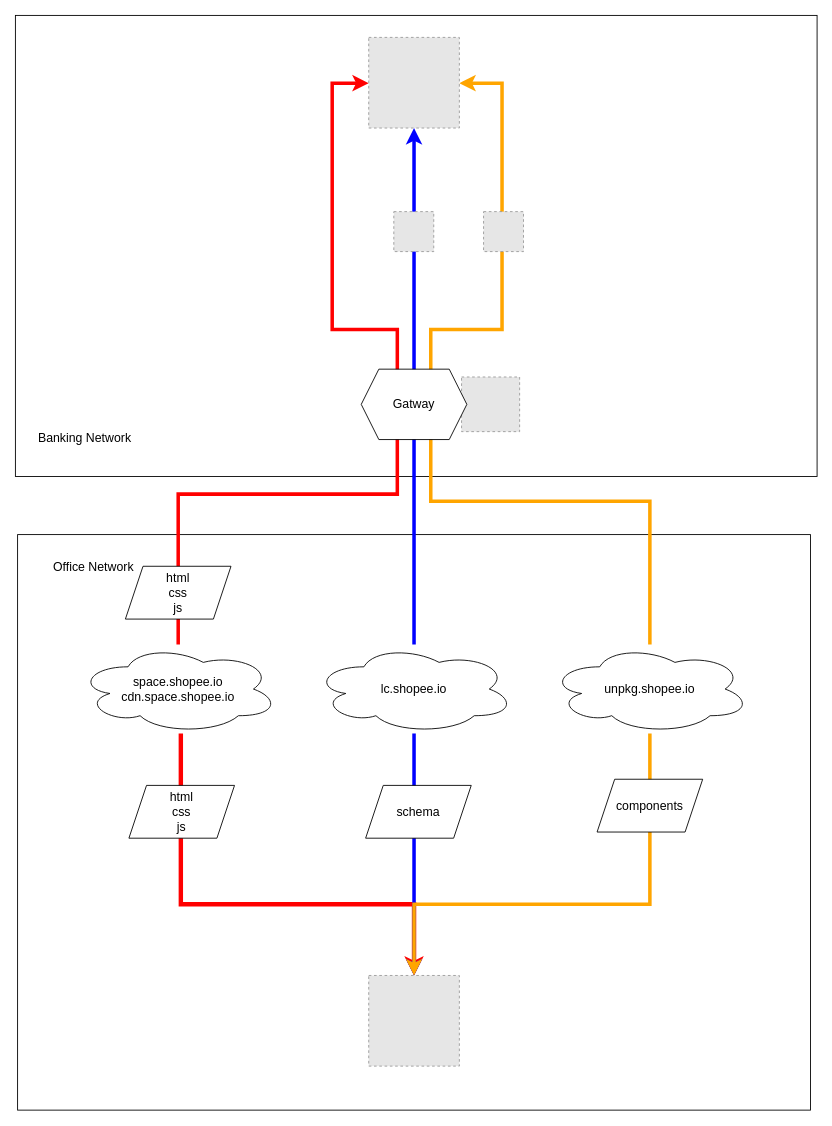
Zsynuting/diagram keeps this draw.io diagram as 隔离环境.drawio. Above is the earlier version. Source tidied: cells renumbered, new cells numbered last; positions are measured from the earlier drawing's top-left corner, leaving out a move shared by most shapes. Both pictures are drawn from the tidied source at 88%, with x=0, y=0 at pixel (15, 15). Pictures stored in the file or linked from it are replaced by grey dashed boxes.
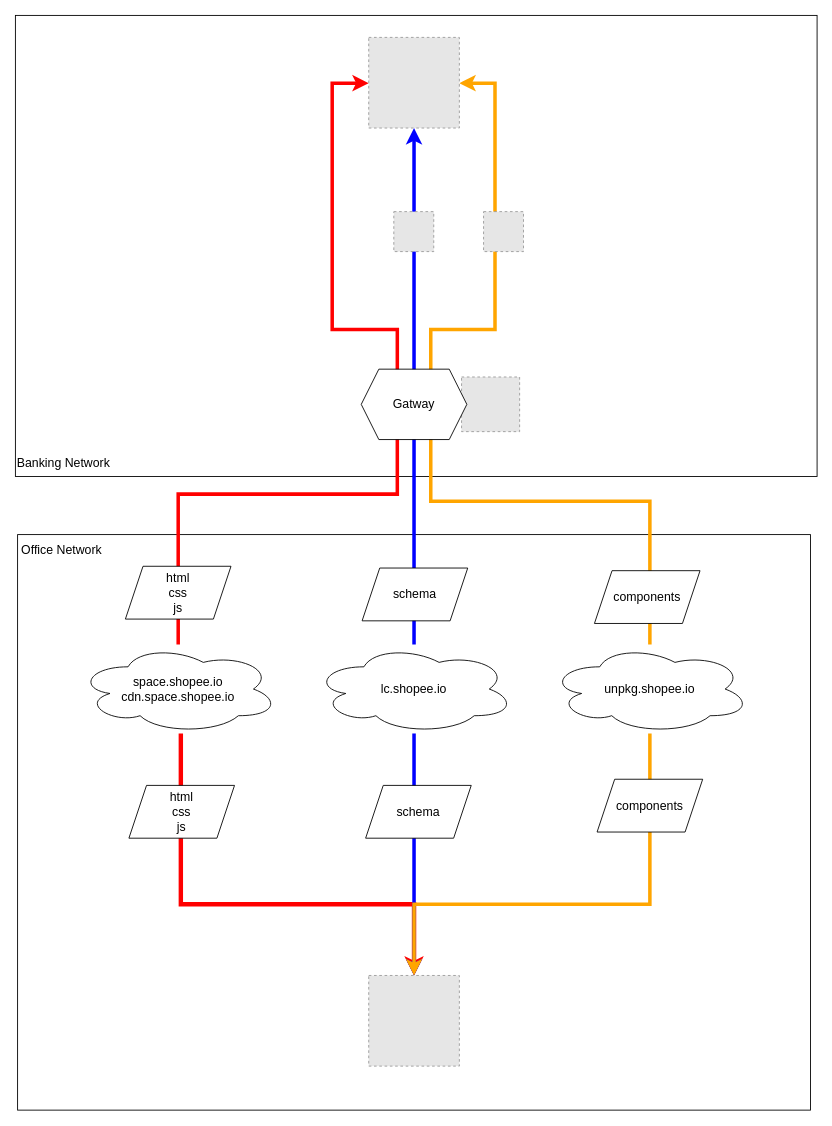
After the change.

Commit message (it also covers changes not shown here):
更新隔离环境.drawio

Unchanged cells that the change refers to:
```xml
<mxCell id="12" value="unpkg.shopee.io" style="ellipse;shape=cloud;whiteSpace=wrap;html=1;fontSize=14;" parent="1" vertex="1">
  <mxGeometry x="607" y="715" width="228" height="101" as="geometry" />
</mxCell>
<mxCell id="18" style="fillColor=#E6E6E6;strokeColor=#999999;dashed=1;verticalLabelPosition=bottom;labelBackgroundColor=default;verticalAlign=top;fontSize=14;" parent="1" vertex="1">
  <mxGeometry x="401.5" y="25" width="103" height="103" as="geometry" />
</mxCell>
```

What changed in the source:
```diff
@@
     <mxCell id="11" style="edgeStyle=orthogonalEdgeStyle;rounded=0;jettySize=auto;html=1;strokeWidth=4;strokeColor=#FFA500;" parent="1" edge="1" source="12" target="18">
       <mxGeometry relative="1" as="geometry">
         <Array as="points">
           <mxPoint x="721" y="552" />
           <mxPoint x="472" y="552" />
           <mxPoint x="472" y="357" />
-          <mxPoint x="553" y="357" />
-          <mxPoint x="553" y="77" />
+          <mxPoint x="545" y="357" />
+          <mxPoint x="545" y="77" />
         </Array>
       </mxGeometry>
     </mxCell>
@@
-    <mxCell id="17" value="Office Network" style="text;html=1;align=center;verticalAlign=middle;whiteSpace=wrap;rounded=0;fontSize=14;" parent="1" vertex="1">
-      <mxGeometry x="13" y="612" width="152" height="30" as="geometry" />
+    <mxCell id="17" value="Office Network" style="text;html=1;align=left;verticalAlign=middle;whiteSpace=wrap;rounded=0;fontSize=14;" parent="1" vertex="1">
+      <mxGeometry x="5" y="593" width="152" height="30" as="geometry" />
     </mxCell>
@@
-    <mxCell id="19" value="Banking Network" style="text;html=1;align=center;verticalAlign=middle;whiteSpace=wrap;rounded=0;fontSize=14;" parent="1" vertex="1">
-      <mxGeometry x="2.5" y="465" width="152" height="30" as="geometry" />
+    <mxCell id="19" value="Banking Network" style="text;html=1;align=left;verticalAlign=middle;whiteSpace=wrap;rounded=0;fontSize=14;" parent="1" vertex="1">
+      <mxGeometry y="494" width="152" height="30" as="geometry" />
     </mxCell>
@@
+    <mxCell id="25" value="schema" style="shape=parallelogram;perimeter=parallelogramPerimeter;whiteSpace=wrap;html=1;fixedSize=1;fontSize=14;" parent="1" vertex="1">
+      <mxGeometry x="394" y="628" width="120" height="60" as="geometry" />
+    </mxCell>
+    <mxCell id="26" value="components" style="shape=parallelogram;perimeter=parallelogramPerimeter;whiteSpace=wrap;html=1;fixedSize=1;fontSize=14;" parent="1" vertex="1">
+      <mxGeometry x="658" y="631" width="120" height="60" as="geometry" />
+    </mxCell>
```
